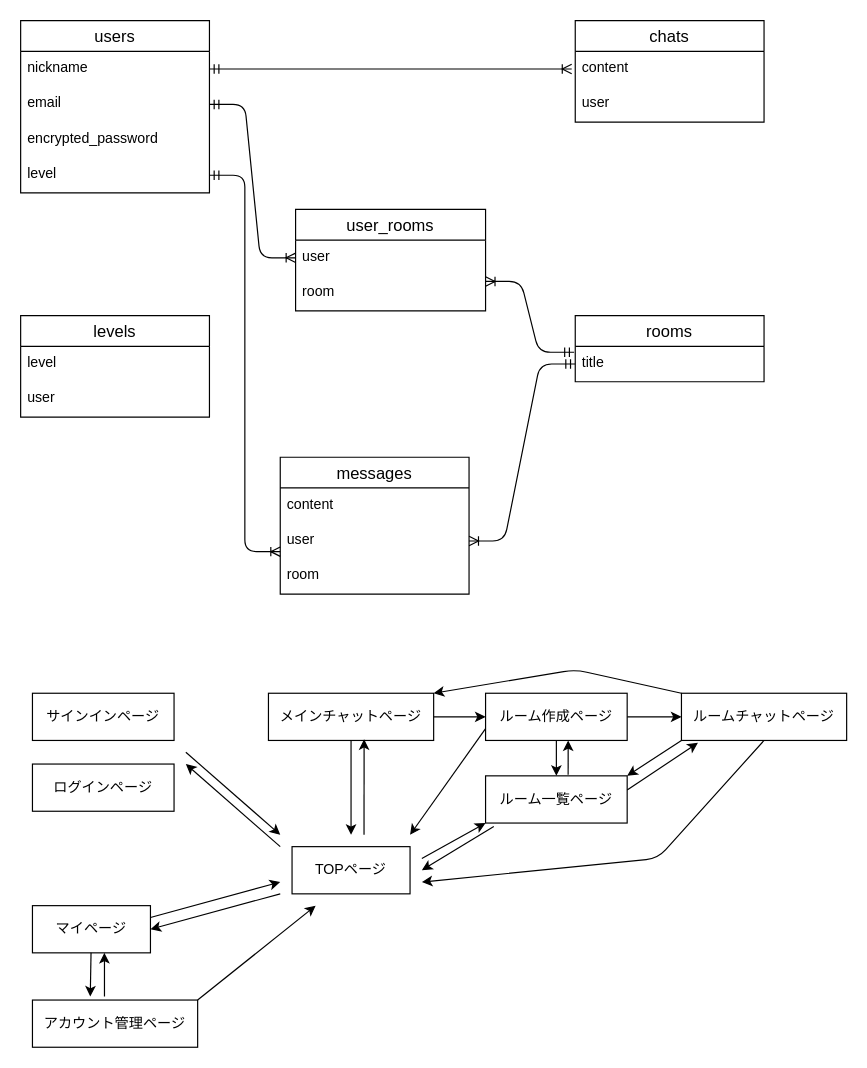
Before: amigo.dio in pii-programmer/amigo, a draw.io diagram. Source tidied: cells renumbered, new cells numbered last; positions are measured from the earlier drawing's top-left corner, leaving out a move shared by most shapes. Both pictures are drawn from the tidied source at 118%, with x=0, y=0 at pixel (20, 20).
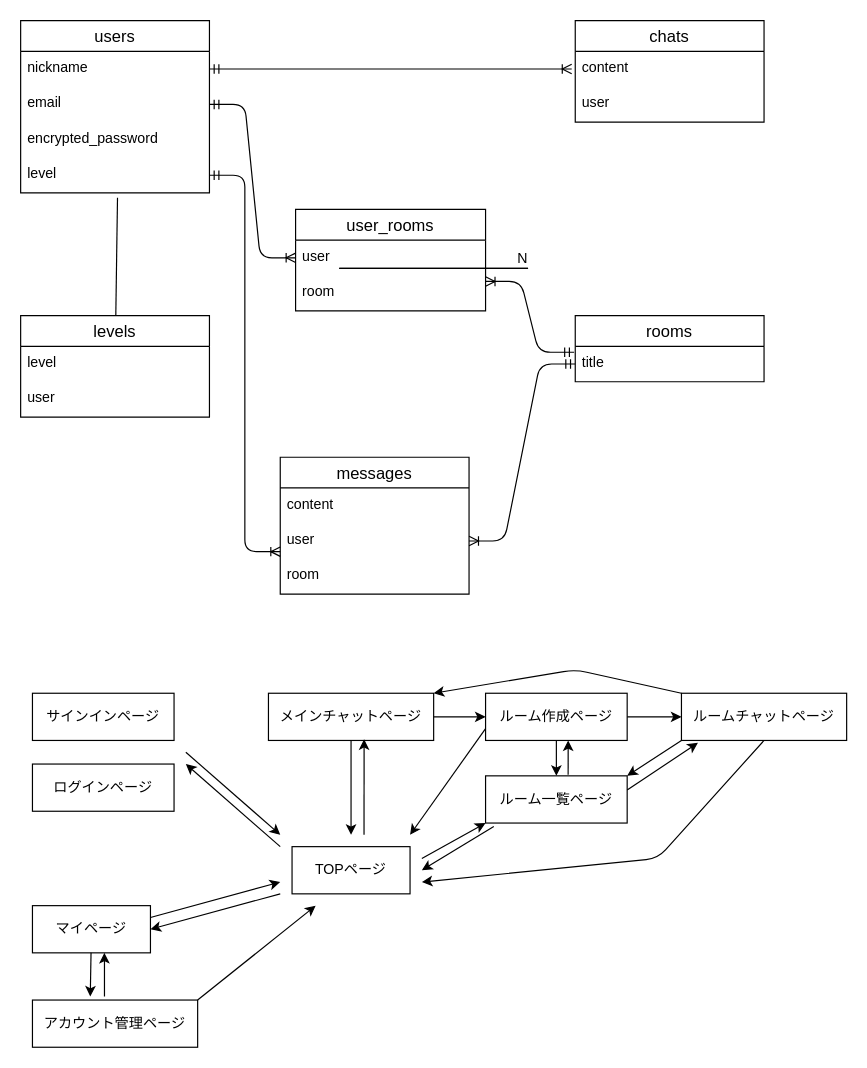
Above is the later version.

The change refers to these unchanged cells:
```xml
<mxCell id="6" value="level" style="text;strokeColor=none;fillColor=none;spacingLeft=4;spacingRight=4;overflow=hidden;points=[[0,0.5],[1,0.5]];portConstraint=eastwest;fontSize=12;" parent="2" vertex="1">
  <mxGeometry y="116" width="160" height="30" as="geometry" />
</mxCell>
<mxCell id="53" value="levels" style="swimlane;fontStyle=0;horizontal=1;startSize=26;align=center;fontSize=14;" parent="1" vertex="1">
  <mxGeometry y="250" width="160" height="86" as="geometry" />
</mxCell>
```

Diff of the diagram source:
```diff
@@
+    <mxCell id="56" style="endArrow=none;html=1;rounded=0;" parent="1" edge="1">
+      <mxGeometry relative="1" as="geometry">
+        <mxPoint x="270" y="210" as="sourcePoint" />
+        <mxPoint x="430" y="210" as="targetPoint" />
+      </mxGeometry>
+    </mxCell>
+    <mxCell id="57" value="N" style="html=1;align=right;verticalAlign=bottom;" parent="56" vertex="1">
+      <mxGeometry x="1" relative="1" as="geometry" />
+    </mxCell>
+    <mxCell id="58" style="endArrow=none;html=1;rounded=0;" parent="1" edge="1">
+      <mxGeometry relative="1" as="geometry">
+        <mxPoint x="270" y="210" as="sourcePoint" />
+        <mxPoint x="430" y="210" as="targetPoint" />
+      </mxGeometry>
+    </mxCell>
+    <mxCell id="59" style="endArrow=none;html=1;rounded=0;exitX=0.513;exitY=1.133;exitDx=0;exitDy=0;exitPerimeter=0;" parent="1" edge="1" source="6" target="53">
+      <mxGeometry relative="1" as="geometry" />
+    </mxCell>
```
